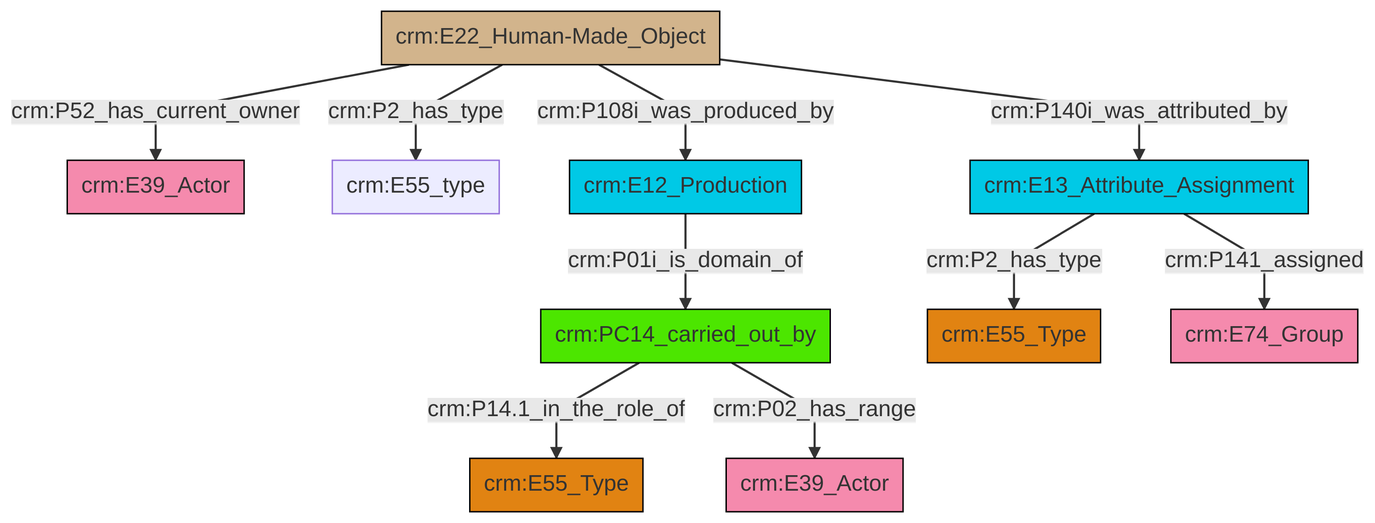
The Mermaid diagram et/builtWorkCSV/ttl/mmd/png/Built_Work_actor_relations.png in swiss-art-research-net/docs.swissartresearch, before a commit. Its source is kept beside it as et/builtWorkCSV/ttl/mmd/Built_Work_actor_relations.ttl.mmd.
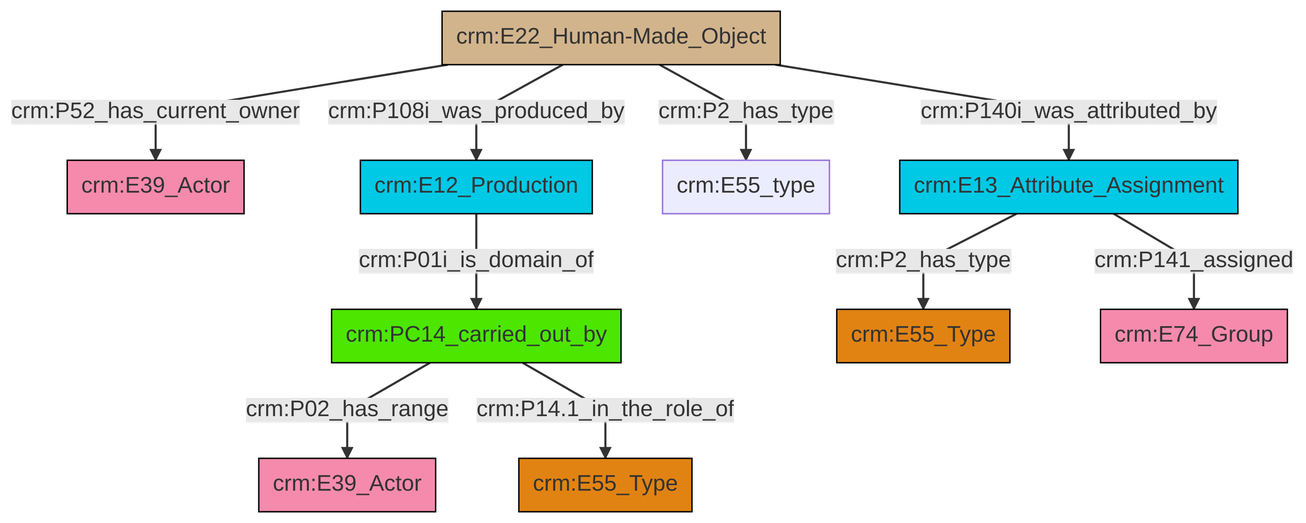
The same diagram one commit later.

Change to the diagram source:
```diff
@@ -13,12 +13,12 @@
 classDef PC_Classes fill:#4ce600, stroke:#000000;
 classDef Multi fill:#cccccc,stroke:#000000;
 
-0["crm:E22_Human-Made_Object"]:::Physical_Thing -->|crm:P52_has_current_owner| 1["crm:E39_Actor"]:::Actor
-4["crm:E12_Production"]:::Temporal_Entity -->|crm:P01i_is_domain_of| 6["crm:PC14_carried_out_by"]:::PC_Classes
-6["crm:PC14_carried_out_by"]:::PC_Classes -->|crm:P14.1_in_the_role_of| 7["crm:E55_Type"]:::Type
-8["crm:E13_Attribute_Assignment"]:::Temporal_Entity -->|crm:P2_has_type| 9["crm:E55_Type"]:::Type
-6["crm:PC14_carried_out_by"]:::PC_Classes -->|crm:P02_has_range| 11["crm:E39_Actor"]:::Actor
-0["crm:E22_Human-Made_Object"]:::Physical_Thing -->|crm:P2_has_type| 2["crm:E55_type"]:::Default
-0["crm:E22_Human-Made_Object"]:::Physical_Thing -->|crm:P140i_was_attributed_by| 8["crm:E13_Attribute_Assignment"]:::Temporal_Entity
-8["crm:E13_Attribute_Assignment"]:::Temporal_Entity -->|crm:P141_assigned| 13["crm:E74_Group"]:::Actor
-0["crm:E22_Human-Made_Object"]:::Physical_Thing -->|crm:P108i_was_produced_by| 4["crm:E12_Production"]:::Temporal_Entity
+2["crm:E22_Human-Made_Object"]:::Physical_Thing -->|crm:P52_has_current_owner| 3["crm:E39_Actor"]:::Actor
+2["crm:E22_Human-Made_Object"]:::Physical_Thing -->|crm:P108i_was_produced_by| 5["crm:E12_Production"]:::Temporal_Entity
+5["crm:E12_Production"]:::Temporal_Entity -->|crm:P01i_is_domain_of| 6["crm:PC14_carried_out_by"]:::PC_Classes
+2["crm:E22_Human-Made_Object"]:::Physical_Thing -->|crm:P2_has_type| 7["crm:E55_type"]:::Default
+6["crm:PC14_carried_out_by"]:::PC_Classes -->|crm:P02_has_range| 8["crm:E39_Actor"]:::Actor
+2["crm:E22_Human-Made_Object"]:::Physical_Thing -->|crm:P140i_was_attributed_by| 9["crm:E13_Attribute_Assignment"]:::Temporal_Entity
+9["crm:E13_Attribute_Assignment"]:::Temporal_Entity -->|crm:P2_has_type| 0["crm:E55_Type"]:::Type
+6["crm:PC14_carried_out_by"]:::PC_Classes -->|crm:P14.1_in_the_role_of| 16["crm:E55_Type"]:::Type
+9["crm:E13_Attribute_Assignment"]:::Temporal_Entity -->|crm:P141_assigned| 18["crm:E74_Group"]:::Actor
```
